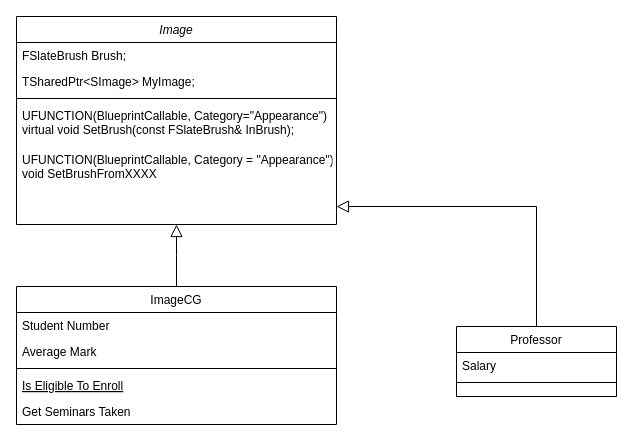
This is 未命名绘图.drawio from LuciusJay/DiagramDrawIO, a draw.io file, before an edit. Source tidied: cells renumbered, new cells numbered last; positions are measured from the earlier drawing's top-left corner, leaving out a move shared by most shapes. Both pictures are drawn from the tidied source at 100%, with x=0, y=0 at pixel (16, 16).
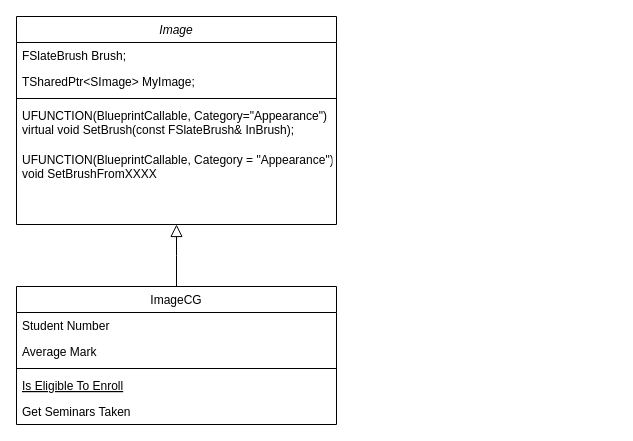
The same page after the edit.

Unchanged cells that the change refers to:
```xml
<mxCell id="2" value="Image" style="swimlane;fontStyle=2;align=center;verticalAlign=top;horizontal=1;startSize=26;rounded=0;shadow=0;strokeWidth=1;" parent="1" vertex="1">
  <mxGeometry width="320" height="208" as="geometry" />
</mxCell>
```

What changed in the source:
```diff
@@
-    <mxCell id="15" value="Professor" style="swimlane;fontStyle=0;align=center;verticalAlign=top;horizontal=1;startSize=26;rounded=0;shadow=0;strokeWidth=1;" parent="1" vertex="1">
-      <mxGeometry x="440" y="310" width="160" height="70" as="geometry" />
-    </mxCell>
-    <mxCell id="16" value="Salary" style="text;align=left;verticalAlign=top;spacingLeft=4;spacingRight=4;overflow=hidden;" parent="15" vertex="1">
-      <mxGeometry y="26" width="160" height="26" as="geometry" />
-    </mxCell>
-    <mxCell id="17" style="line;html=1;strokeWidth=1;align=left;verticalAlign=middle;spacingTop=-1;spacingLeft=3;spacingRight=3;labelPosition=right;" parent="15" vertex="1">
-      <mxGeometry y="52" width="160" height="8" as="geometry" />
-    </mxCell>
-    <mxCell id="18" style="endArrow=block;endSize=10;endFill=0;shadow=0;strokeWidth=1;rounded=0;edgeStyle=elbowEdgeStyle;elbow=vertical;" parent="1" edge="1" source="15" target="2">
-      <mxGeometry relative="1" as="geometry">
-        <Array as="points">
-          <mxPoint x="300" y="190" />
-        </Array>
-      </mxGeometry>
-    </mxCell>
```
